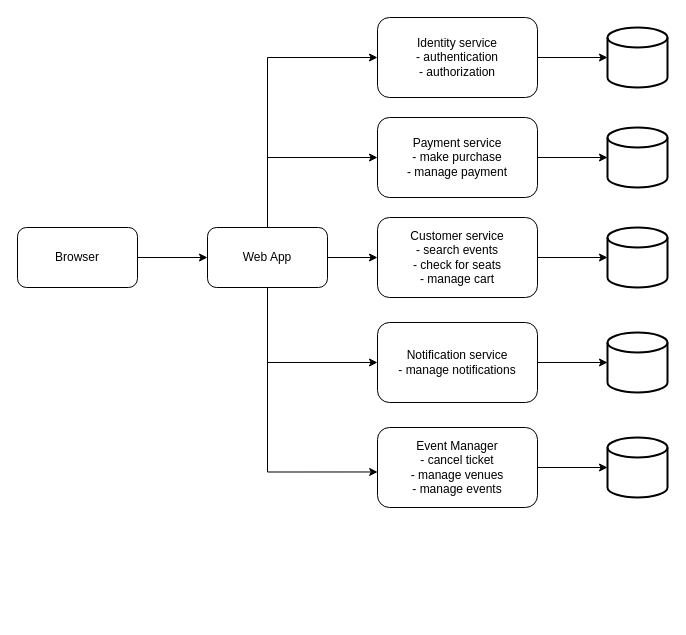
The draw.io diagram diagrams/ticketing_system_high_level_diagram.drawio in azam-t1/ticketing, before the edit. Source tidied: cells renumbered, new cells numbered last; positions are measured from the earlier drawing's top-left corner, leaving out a move shared by most shapes. Both pictures are drawn from the tidied source at 100%, with x=0, y=0 at pixel (17, 17).
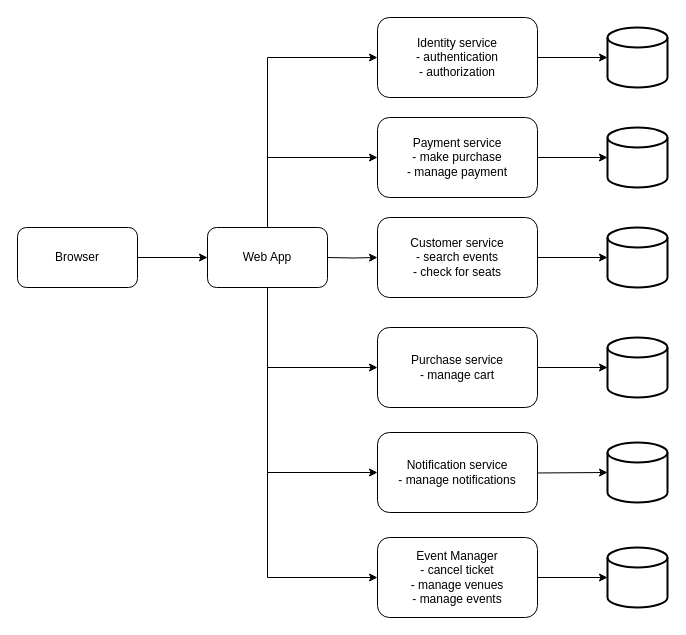
After the change.

The change refers to these unchanged cells:
```xml
<mxCell id="8" value="Web App" style="rounded=1;whiteSpace=wrap;html=1;" parent="1" vertex="1">
  <mxGeometry x="190" y="210" width="120" height="60" as="geometry" />
</mxCell>
```

What changed in the source:
```diff
@@
-    <mxCell id="4" style="edgeStyle=orthogonalEdgeStyle;rounded=0;jettySize=auto;html=1;" parent="1" edge="1" source="8" target="12">
-      <mxGeometry relative="1" as="geometry" />
+    <mxCell id="4" style="edgeStyle=orthogonalEdgeStyle;rounded=0;jettySize=auto;html=1;exitX=0.5;exitY=1;exitDx=0;exitDy=0;" parent="1" edge="1" source="8" target="12">
+      <mxGeometry relative="1" as="geometry">
+        <Array as="points">
+          <mxPoint x="250" y="350" />
+        </Array>
+      </mxGeometry>
     </mxCell>
@@
-    <mxCell id="7" style="edgeStyle=orthogonalEdgeStyle;rounded=0;jettySize=auto;html=1;entryX=0;entryY=0.5;entryDx=0;entryDy=0;" parent="1" edge="1" target="16">
-      <mxGeometry relative="1" as="geometry">
-        <mxPoint x="250" y="270" as="sourcePoint" />
-        <Array as="points">
-          <mxPoint x="250" y="345" />
-        </Array>
-      </mxGeometry>
-    </mxCell>
+    <mxCell id="25" style="edgeStyle=orthogonalEdgeStyle;rounded=0;jettySize=auto;html=1;entryX=0;entryY=0.5;entryDx=0;entryDy=0;" parent="1" edge="1" source="8" target="16">
+      <mxGeometry relative="1" as="geometry">
+        <Array as="points">
+          <mxPoint x="250" y="455" />
+        </Array>
+      </mxGeometry>
+    </mxCell>
+    <mxCell id="24" style="edgeStyle=orthogonalEdgeStyle;rounded=0;jettySize=auto;html=1;entryX=0;entryY=0.5;entryDx=0;entryDy=0;" parent="1" edge="1" source="8" target="18">
+      <mxGeometry relative="1" as="geometry">
+        <Array as="points">
+          <mxPoint x="250" y="560" />
+        </Array>
+      </mxGeometry>
+    </mxCell>
@@
-    <mxCell id="12" value="Customer service&lt;div&gt;- search events&lt;/div&gt;&lt;div&gt;- check for seats&lt;/div&gt;&lt;div&gt;- manage cart&lt;/div&gt;" style="rounded=1;whiteSpace=wrap;html=1;" parent="1" vertex="1">
-      <mxGeometry x="360" y="200" width="160" height="80" as="geometry" />
+    <mxCell id="12" value="Purchase service&lt;div&gt;&lt;span style=&quot;background-color: initial;&quot;&gt;- manage cart&lt;/span&gt;&lt;br&gt;&lt;/div&gt;" style="rounded=1;whiteSpace=wrap;html=1;" parent="1" vertex="1">
+      <mxGeometry x="360" y="310" width="160" height="80" as="geometry" />
     </mxCell>
@@
-    <mxCell id="15" style="edgeStyle=orthogonalEdgeStyle;rounded=0;jettySize=auto;html=1;" parent="1" edge="1" source="16" target="22">
-      <mxGeometry relative="1" as="geometry" />
+    <mxCell id="15" style="edgeStyle=orthogonalEdgeStyle;rounded=0;jettySize=auto;html=1;" parent="1" edge="1" target="22">
+      <mxGeometry relative="1" as="geometry">
+        <mxPoint x="440" y="455" as="sourcePoint" />
+      </mxGeometry>
     </mxCell>
     <mxCell id="16" value="Notification service&lt;div&gt;- manage notifications&lt;/div&gt;" style="rounded=1;whiteSpace=wrap;html=1;" parent="1" vertex="1">
-      <mxGeometry x="360" y="305" width="160" height="80" as="geometry" />
+      <mxGeometry x="360" y="415" width="160" height="80" as="geometry" />
     </mxCell>
@@
     <mxCell id="18" value="Event Manager&lt;div&gt;- cancel ticket&lt;/div&gt;&lt;div&gt;- manage venues&lt;/div&gt;&lt;div&gt;- manage events&lt;/div&gt;" style="rounded=1;whiteSpace=wrap;html=1;" parent="1" vertex="1">
-      <mxGeometry x="360" y="410" width="160" height="80" as="geometry" />
+      <mxGeometry x="360" y="520" width="160" height="80" as="geometry" />
     </mxCell>
@@
     <mxCell id="21" style="strokeWidth=2;html=1;shape=mxgraph.flowchart.database;whiteSpace=wrap;" parent="1" vertex="1">
-      <mxGeometry x="590" y="210" width="60" height="60" as="geometry" />
+      <mxGeometry x="590" y="320" width="60" height="60" as="geometry" />
     </mxCell>
     <mxCell id="22" style="strokeWidth=2;html=1;shape=mxgraph.flowchart.database;whiteSpace=wrap;" parent="1" vertex="1">
-      <mxGeometry x="590" y="315" width="60" height="60" as="geometry" />
+      <mxGeometry x="590" y="425" width="60" height="60" as="geometry" />
     </mxCell>
     <mxCell id="23" style="strokeWidth=2;html=1;shape=mxgraph.flowchart.database;whiteSpace=wrap;" parent="1" vertex="1">
-      <mxGeometry x="590" y="420" width="60" height="60" as="geometry" />
+      <mxGeometry x="590" y="530" width="60" height="60" as="geometry" />
     </mxCell>
-    <mxCell id="24" style="edgeStyle=orthogonalEdgeStyle;rounded=0;jettySize=auto;html=1;entryX=0.001;entryY=0.556;entryDx=0;entryDy=0;entryPerimeter=0;" parent="1" edge="1" source="8" target="18">
-      <mxGeometry relative="1" as="geometry">
-        <Array as="points">
-          <mxPoint x="250" y="455" />
-        </Array>
-      </mxGeometry>
-    </mxCell>
+    <mxCell id="26" style="edgeStyle=orthogonalEdgeStyle;rounded=0;jettySize=auto;html=1;" parent="1" edge="1" target="28">
+      <mxGeometry relative="1" as="geometry">
+        <mxPoint x="310" y="240" as="sourcePoint" />
+      </mxGeometry>
+    </mxCell>
+    <mxCell id="27" style="edgeStyle=orthogonalEdgeStyle;rounded=0;jettySize=auto;html=1;" parent="1" edge="1" source="28" target="29">
+      <mxGeometry relative="1" as="geometry" />
+    </mxCell>
+    <mxCell id="28" value="Customer service&lt;div&gt;- search events&lt;/div&gt;&lt;div&gt;- check for seats&lt;/div&gt;" style="rounded=1;whiteSpace=wrap;html=1;" parent="1" vertex="1">
+      <mxGeometry x="360" y="200" width="160" height="80" as="geometry" />
+    </mxCell>
+    <mxCell id="29" style="strokeWidth=2;html=1;shape=mxgraph.flowchart.database;whiteSpace=wrap;" parent="1" vertex="1">
+      <mxGeometry x="590" y="210" width="60" height="60" as="geometry" />
+    </mxCell>
```
